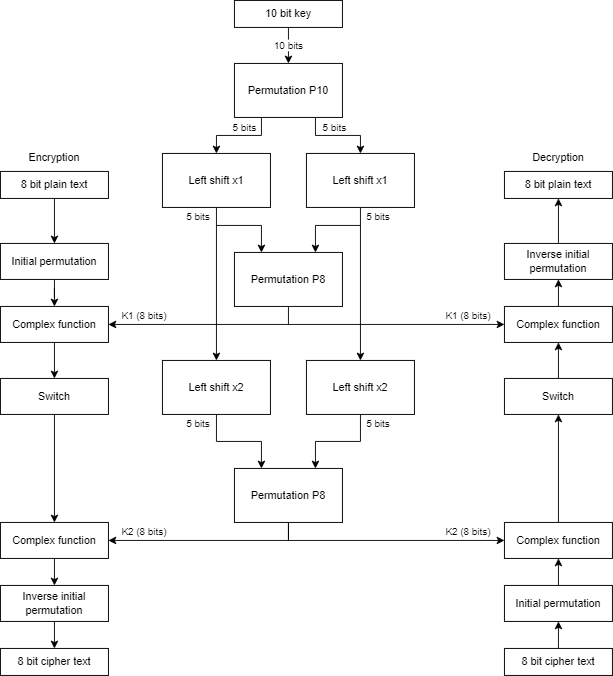
The draw.io diagram public/img/simpleDesPage/simpleDes_en.png in hejzlzd1/EducrypterUHK, before a commit. Source tidied: cells renumbered, new cells last; positions are measured from the earlier drawing's top-left corner, leaving out a move shared by most shapes.
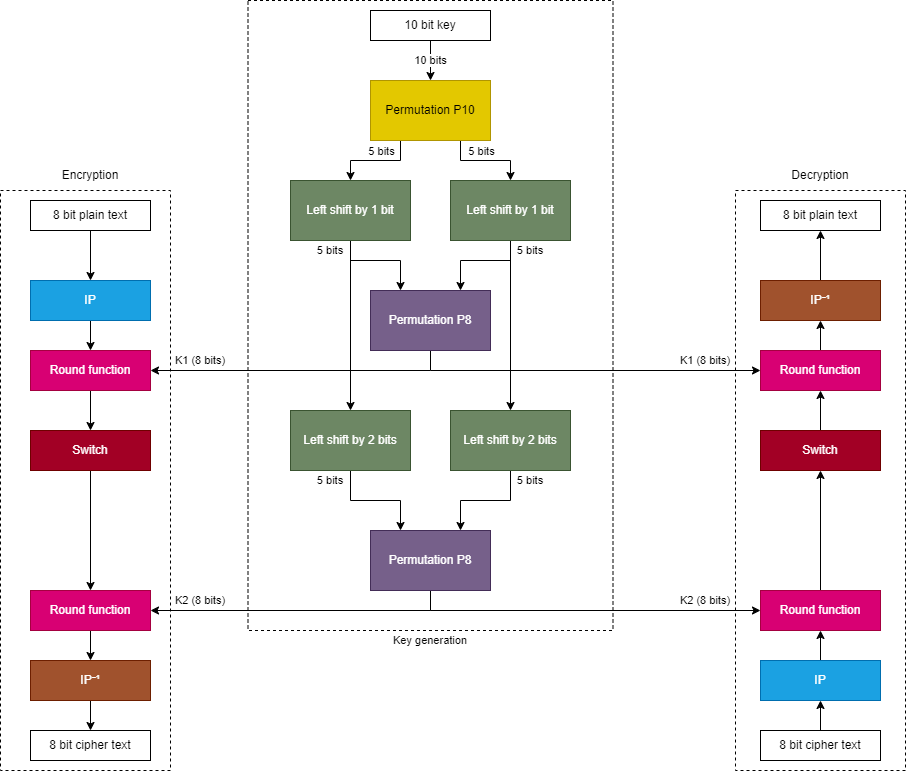
After the change.

What changed in the source:
```diff
@@ -2,23 +2,32 @@
   <root>
     <mxCell id="0" />
     <mxCell id="1" parent="0" />
+    <mxCell id="61" style="rounded=0;whiteSpace=wrap;html=1;fillColor=none;dashed=1;" parent="1" vertex="1">
+      <mxGeometry x="-110" y="180" width="170" height="580" as="geometry" />
+    </mxCell>
+    <mxCell id="62" style="rounded=0;whiteSpace=wrap;html=1;fillColor=none;dashed=1;" parent="1" vertex="1">
+      <mxGeometry x="625" y="180" width="170" height="580" as="geometry" />
+    </mxCell>
+    <mxCell id="63" style="rounded=0;whiteSpace=wrap;html=1;fillColor=none;dashed=1;" parent="1" vertex="1">
+      <mxGeometry x="137.5" y="-10" width="365" height="630" as="geometry" />
+    </mxCell>
     <mxCell id="2" style="edgeStyle=orthogonalEdgeStyle;rounded=0;jettySize=auto;html=1;" parent="1" edge="1" source="3" target="5">
       <mxGeometry relative="1" as="geometry" />
     </mxCell>
     <mxCell id="3" value="8 bit plain text" style="rounded=0;whiteSpace=wrap;html=1;" parent="1" vertex="1">
-      <mxGeometry y="190" width="120" height="30" as="geometry" />
+      <mxGeometry x="-80" y="190" width="120" height="30" as="geometry" />
     </mxCell>
     <mxCell id="4" style="edgeStyle=orthogonalEdgeStyle;rounded=0;jettySize=auto;html=1;" parent="1" edge="1" source="5" target="7">
       <mxGeometry relative="1" as="geometry" />
     </mxCell>
-    <mxCell id="5" value="Initial permutation" style="rounded=0;whiteSpace=wrap;html=1;" parent="1" vertex="1">
-      <mxGeometry y="270" width="120" height="40" as="geometry" />
+    <mxCell id="5" value="IP" style="rounded=0;whiteSpace=wrap;html=1;fillColor=#1ba1e2;fontColor=#ffffff;strokeColor=#006EAF;" parent="1" vertex="1">
+      <mxGeometry x="-80" y="270" width="120" height="40" as="geometry" />
     </mxCell>
     <mxCell id="6" style="edgeStyle=orthogonalEdgeStyle;rounded=0;jettySize=auto;html=1;exitX=0.5;exitY=1;exitDx=0;exitDy=0;entryX=0.5;entryY=0;entryDx=0;entryDy=0;" parent="1" edge="1" source="7" target="28">
       <mxGeometry relative="1" as="geometry" />
     </mxCell>
-    <mxCell id="7" value="Complex function" style="rounded=0;whiteSpace=wrap;html=1;" parent="1" vertex="1">
-      <mxGeometry y="340" width="120" height="40" as="geometry" />
+    <mxCell id="7" value="Round function" style="rounded=0;whiteSpace=wrap;html=1;fillColor=#d80073;fontColor=#ffffff;strokeColor=#A50040;" parent="1" vertex="1">
+      <mxGeometry x="-80" y="340" width="120" height="40" as="geometry" />
     </mxCell>
     <mxCell id="8" value="10 bits" style="edgeStyle=orthogonalEdgeStyle;rounded=0;jettySize=auto;html=1;" parent="1" edge="1" source="9" target="13">
       <mxGeometry relative="1" as="geometry" />
@@ -37,37 +46,37 @@
         <mxPoint x="9" y="-8" as="offset" />
       </mxGeometry>
     </mxCell>
-    <mxCell id="13" value="Permutation P10" style="rounded=0;whiteSpace=wrap;html=1;" parent="1" vertex="1">
+    <mxCell id="13" value="Permutation P10" style="rounded=0;whiteSpace=wrap;html=1;fillColor=#e3c800;fontColor=#000000;strokeColor=#B09500;" parent="1" vertex="1">
       <mxGeometry x="260" y="70" width="120" height="60" as="geometry" />
     </mxCell>
     <mxCell id="14" style="edgeStyle=orthogonalEdgeStyle;rounded=0;jettySize=auto;html=1;exitX=0.5;exitY=1;exitDx=0;exitDy=0;entryX=0.5;entryY=0;entryDx=0;entryDy=0;" parent="1" edge="1" source="15" target="21">
       <mxGeometry relative="1" as="geometry" />
     </mxCell>
-    <mxCell id="15" value="Left shift x1" style="rounded=0;whiteSpace=wrap;html=1;" parent="1" vertex="1">
+    <mxCell id="15" value="Left shift by 1 bit" style="rounded=0;whiteSpace=wrap;html=1;fillColor=#6d8764;fontColor=#ffffff;strokeColor=#3A5431;" parent="1" vertex="1">
       <mxGeometry x="180" y="170" width="120" height="60" as="geometry" />
     </mxCell>
     <mxCell id="16" style="edgeStyle=orthogonalEdgeStyle;rounded=0;jettySize=auto;html=1;exitX=0.5;exitY=1;exitDx=0;exitDy=0;entryX=0.5;entryY=0;entryDx=0;entryDy=0;" parent="1" edge="1" source="17" target="23">
       <mxGeometry relative="1" as="geometry" />
     </mxCell>
-    <mxCell id="17" value="Left shift x1" style="rounded=0;whiteSpace=wrap;html=1;" parent="1" vertex="1">
+    <mxCell id="17" value="Left shift by 1 bit" style="rounded=0;whiteSpace=wrap;html=1;fillColor=#6d8764;fontColor=#ffffff;strokeColor=#3A5431;" parent="1" vertex="1">
       <mxGeometry x="340" y="170" width="120" height="60" as="geometry" />
     </mxCell>
     <mxCell id="18" style="edgeStyle=orthogonalEdgeStyle;rounded=0;jettySize=auto;html=1;exitX=0.5;exitY=1;exitDx=0;exitDy=0;entryX=1;entryY=0.5;entryDx=0;entryDy=0;" parent="1" edge="1" source="19" target="7">
       <mxGeometry relative="1" as="geometry" />
     </mxCell>
-    <mxCell id="19" value="Permutation P8" style="rounded=0;whiteSpace=wrap;html=1;" parent="1" vertex="1">
+    <mxCell id="19" value="Permutation P8" style="rounded=0;whiteSpace=wrap;html=1;fillColor=#76608a;fontColor=#ffffff;strokeColor=#432D57;" parent="1" vertex="1">
       <mxGeometry x="260" y="280" width="120" height="60" as="geometry" />
     </mxCell>
     <mxCell id="20" style="edgeStyle=orthogonalEdgeStyle;rounded=0;jettySize=auto;html=1;exitX=0.5;exitY=1;exitDx=0;exitDy=0;entryX=0.25;entryY=0;entryDx=0;entryDy=0;" parent="1" edge="1" source="21" target="26">
       <mxGeometry relative="1" as="geometry" />
     </mxCell>
-    <mxCell id="21" value="Left shift x2" style="rounded=0;whiteSpace=wrap;html=1;" parent="1" vertex="1">
+    <mxCell id="21" value="Left shift by 2 bits" style="rounded=0;whiteSpace=wrap;html=1;fillColor=#6d8764;fontColor=#ffffff;strokeColor=#3A5431;" parent="1" vertex="1">
       <mxGeometry x="180" y="400" width="120" height="60" as="geometry" />
     </mxCell>
     <mxCell id="22" style="edgeStyle=orthogonalEdgeStyle;rounded=0;jettySize=auto;html=1;exitX=0.5;exitY=1;exitDx=0;exitDy=0;entryX=0.75;entryY=0;entryDx=0;entryDy=0;" parent="1" edge="1" source="23" target="26">
       <mxGeometry relative="1" as="geometry" />
     </mxCell>
-    <mxCell id="23" value="Left shift x2" style="rounded=0;whiteSpace=wrap;html=1;" parent="1" vertex="1">
+    <mxCell id="23" value="Left shift by 2 bits" style="rounded=0;whiteSpace=wrap;html=1;fillColor=#6d8764;fontColor=#ffffff;strokeColor=#3A5431;" parent="1" vertex="1">
       <mxGeometry x="340" y="400" width="120" height="60" as="geometry" />
     </mxCell>
     <mxCell id="24" style="edgeStyle=orthogonalEdgeStyle;rounded=0;jettySize=auto;html=1;exitX=0.5;exitY=1;exitDx=0;exitDy=0;entryX=1;entryY=0.5;entryDx=0;entryDy=0;" parent="1" edge="1" source="26" target="30">
@@ -76,29 +85,29 @@
     <mxCell id="25" style="edgeStyle=orthogonalEdgeStyle;rounded=0;jettySize=auto;html=1;exitX=0.5;exitY=1;exitDx=0;exitDy=0;entryX=0;entryY=0.5;entryDx=0;entryDy=0;" parent="1" edge="1" source="26" target="46">
       <mxGeometry relative="1" as="geometry" />
     </mxCell>
-    <mxCell id="26" value="Permutation P8" style="rounded=0;whiteSpace=wrap;html=1;" parent="1" vertex="1">
+    <mxCell id="26" value="Permutation P8" style="rounded=0;whiteSpace=wrap;html=1;fillColor=#76608a;fontColor=#ffffff;strokeColor=#432D57;" parent="1" vertex="1">
       <mxGeometry x="260" y="520" width="120" height="60" as="geometry" />
     </mxCell>
     <mxCell id="27" style="edgeStyle=orthogonalEdgeStyle;rounded=0;jettySize=auto;html=1;exitX=0.5;exitY=1;exitDx=0;exitDy=0;entryX=0.5;entryY=0;entryDx=0;entryDy=0;" parent="1" edge="1" source="28" target="30">
       <mxGeometry relative="1" as="geometry" />
     </mxCell>
-    <mxCell id="28" value="Switch" style="rounded=0;whiteSpace=wrap;html=1;" parent="1" vertex="1">
-      <mxGeometry y="420" width="120" height="40" as="geometry" />
+    <mxCell id="28" value="Switch" style="rounded=0;whiteSpace=wrap;html=1;fillColor=#a20025;fontColor=#ffffff;strokeColor=#6F0000;" parent="1" vertex="1">
+      <mxGeometry x="-80" y="420" width="120" height="40" as="geometry" />
     </mxCell>
     <mxCell id="29" style="edgeStyle=orthogonalEdgeStyle;rounded=0;jettySize=auto;html=1;exitX=0.5;exitY=1;exitDx=0;exitDy=0;entryX=0.5;entryY=0;entryDx=0;entryDy=0;" parent="1" edge="1" source="30" target="32">
       <mxGeometry relative="1" as="geometry" />
     </mxCell>
-    <mxCell id="30" value="Complex function" style="rounded=0;whiteSpace=wrap;html=1;" parent="1" vertex="1">
-      <mxGeometry y="580" width="120" height="40" as="geometry" />
+    <mxCell id="30" value="Round function" style="rounded=0;whiteSpace=wrap;html=1;fillColor=#d80073;fontColor=#ffffff;strokeColor=#A50040;" parent="1" vertex="1">
+      <mxGeometry x="-80" y="580" width="120" height="40" as="geometry" />
     </mxCell>
     <mxCell id="31" style="edgeStyle=orthogonalEdgeStyle;rounded=0;jettySize=auto;html=1;exitX=0.5;exitY=1;exitDx=0;exitDy=0;entryX=0.5;entryY=0;entryDx=0;entryDy=0;" parent="1" edge="1" source="32" target="33">
       <mxGeometry relative="1" as="geometry" />
     </mxCell>
-    <mxCell id="32" value="Inverse initial permutation" style="rounded=0;whiteSpace=wrap;html=1;" parent="1" vertex="1">
-      <mxGeometry y="650" width="120" height="40" as="geometry" />
+    <mxCell id="32" value="IP⁻¹" style="rounded=0;whiteSpace=wrap;html=1;fillColor=#a0522d;fontColor=#ffffff;strokeColor=#6D1F00;" parent="1" vertex="1">
+      <mxGeometry x="-80" y="650" width="120" height="40" as="geometry" />
     </mxCell>
     <mxCell id="33" value="8 bit cipher text" style="rounded=0;whiteSpace=wrap;html=1;" parent="1" vertex="1">
-      <mxGeometry y="720" width="120" height="30" as="geometry" />
+      <mxGeometry x="-80" y="720" width="120" height="30" as="geometry" />
     </mxCell>
     <mxCell id="34" value="5 bits" style="edgeLabel;html=1;align=center;verticalAlign=middle;" parent="1" vertex="1">
       <mxGeometry x="270" y="140" as="geometry" />
@@ -125,46 +134,46 @@
       </mxGeometry>
     </mxCell>
     <mxCell id="38" value="8 bit plain text" style="rounded=0;whiteSpace=wrap;html=1;" parent="1" vertex="1">
-      <mxGeometry x="560" y="190" width="120" height="30" as="geometry" />
+      <mxGeometry x="650" y="190" width="120" height="30" as="geometry" />
     </mxCell>
     <mxCell id="39" style="edgeStyle=orthogonalEdgeStyle;rounded=0;jettySize=auto;html=1;exitX=0.5;exitY=0;exitDx=0;exitDy=0;entryX=0.5;entryY=1;entryDx=0;entryDy=0;" parent="1" edge="1" source="40" target="38">
       <mxGeometry relative="1" as="geometry" />
     </mxCell>
-    <mxCell id="40" value="Inverse initial permutation" style="rounded=0;whiteSpace=wrap;html=1;" parent="1" vertex="1">
-      <mxGeometry x="560" y="270" width="120" height="40" as="geometry" />
+    <mxCell id="40" value="IP⁻¹" style="rounded=0;whiteSpace=wrap;html=1;fillColor=#a0522d;fontColor=#ffffff;strokeColor=#6D1F00;" parent="1" vertex="1">
+      <mxGeometry x="650" y="270" width="120" height="40" as="geometry" />
     </mxCell>
     <mxCell id="41" style="edgeStyle=orthogonalEdgeStyle;rounded=0;jettySize=auto;html=1;exitX=0.5;exitY=0;exitDx=0;exitDy=0;entryX=0.5;entryY=1;entryDx=0;entryDy=0;" parent="1" edge="1" source="42" target="40">
       <mxGeometry relative="1" as="geometry" />
     </mxCell>
-    <mxCell id="42" value="Complex function" style="rounded=0;whiteSpace=wrap;html=1;" parent="1" vertex="1">
-      <mxGeometry x="560" y="340" width="120" height="40" as="geometry" />
+    <mxCell id="42" value="Round function" style="rounded=0;whiteSpace=wrap;html=1;fillColor=#d80073;fontColor=#ffffff;strokeColor=#A50040;" parent="1" vertex="1">
+      <mxGeometry x="650" y="340" width="120" height="40" as="geometry" />
     </mxCell>
     <mxCell id="43" style="edgeStyle=orthogonalEdgeStyle;rounded=0;jettySize=auto;html=1;exitX=0.5;exitY=0;exitDx=0;exitDy=0;entryX=0.5;entryY=1;entryDx=0;entryDy=0;" parent="1" edge="1" source="44" target="42">
       <mxGeometry relative="1" as="geometry" />
     </mxCell>
-    <mxCell id="44" value="Switch" style="rounded=0;whiteSpace=wrap;html=1;" parent="1" vertex="1">
-      <mxGeometry x="560" y="420" width="120" height="40" as="geometry" />
+    <mxCell id="44" value="Switch" style="rounded=0;whiteSpace=wrap;html=1;fillColor=#a20025;fontColor=#ffffff;strokeColor=#6F0000;" parent="1" vertex="1">
+      <mxGeometry x="650" y="420" width="120" height="40" as="geometry" />
     </mxCell>
     <mxCell id="45" style="edgeStyle=orthogonalEdgeStyle;rounded=0;jettySize=auto;html=1;exitX=0.5;exitY=0;exitDx=0;exitDy=0;entryX=0.5;entryY=1;entryDx=0;entryDy=0;" parent="1" edge="1" source="46" target="44">
       <mxGeometry relative="1" as="geometry" />
     </mxCell>
-    <mxCell id="46" value="Complex function" style="rounded=0;whiteSpace=wrap;html=1;" parent="1" vertex="1">
-      <mxGeometry x="560" y="580" width="120" height="40" as="geometry" />
+    <mxCell id="46" value="Round function" style="rounded=0;whiteSpace=wrap;html=1;fillColor=#d80073;fontColor=#ffffff;strokeColor=#A50040;" parent="1" vertex="1">
+      <mxGeometry x="650" y="580" width="120" height="40" as="geometry" />
     </mxCell>
     <mxCell id="47" style="edgeStyle=orthogonalEdgeStyle;rounded=0;jettySize=auto;html=1;exitX=0.5;exitY=0;exitDx=0;exitDy=0;entryX=0.5;entryY=1;entryDx=0;entryDy=0;" parent="1" edge="1" source="48" target="46">
       <mxGeometry relative="1" as="geometry" />
     </mxCell>
-    <mxCell id="48" value="Initial permutation" style="rounded=0;whiteSpace=wrap;html=1;" parent="1" vertex="1">
-      <mxGeometry x="560" y="650" width="120" height="40" as="geometry" />
+    <mxCell id="48" value="IP" style="rounded=0;whiteSpace=wrap;html=1;fillColor=#1ba1e2;fontColor=#ffffff;strokeColor=#006EAF;" parent="1" vertex="1">
+      <mxGeometry x="650" y="650" width="120" height="40" as="geometry" />
     </mxCell>
     <mxCell id="49" style="edgeStyle=orthogonalEdgeStyle;rounded=0;jettySize=auto;html=1;exitX=0.5;exitY=0;exitDx=0;exitDy=0;entryX=0.5;entryY=1;entryDx=0;entryDy=0;" parent="1" edge="1" source="50" target="48">
       <mxGeometry relative="1" as="geometry" />
     </mxCell>
     <mxCell id="50" value="8 bit cipher text" style="rounded=0;whiteSpace=wrap;html=1;" parent="1" vertex="1">
-      <mxGeometry x="560" y="720" width="120" height="30" as="geometry" />
+      <mxGeometry x="650" y="720" width="120" height="30" as="geometry" />
     </mxCell>
     <mxCell id="51" value="&lt;font style=&quot;font-size: 11px;&quot;&gt;K1 (8 bits)&lt;/font&gt;" style="text;html=1;strokeColor=none;fillColor=none;align=center;verticalAlign=middle;whiteSpace=wrap;rounded=0;" parent="1" vertex="1">
-      <mxGeometry x="130" y="340" width="60" height="20" as="geometry" />
+      <mxGeometry x="60" y="340" width="60" height="20" as="geometry" />
     </mxCell>
     <mxCell id="52" value="&lt;font style=&quot;font-size: 11px;&quot;&gt;5 bits&lt;/font&gt;" style="text;html=1;strokeColor=none;fillColor=none;align=center;verticalAlign=middle;whiteSpace=wrap;rounded=0;" parent="1" vertex="1">
       <mxGeometry x="200" y="230" width="40" height="20" as="geometry" />
@@ -173,13 +182,13 @@
       <mxGeometry x="400" y="230" width="40" height="20" as="geometry" />
     </mxCell>
     <mxCell id="54" value="&lt;font style=&quot;font-size: 11px;&quot;&gt;K1 (8 bits)&lt;/font&gt;" style="text;html=1;strokeColor=none;fillColor=none;align=center;verticalAlign=middle;whiteSpace=wrap;rounded=0;" parent="1" vertex="1">
-      <mxGeometry x="490" y="340" width="60" height="20" as="geometry" />
+      <mxGeometry x="565" y="340" width="60" height="20" as="geometry" />
     </mxCell>
     <mxCell id="55" value="&lt;font style=&quot;font-size: 11px;&quot;&gt;K2 (8 bits)&lt;/font&gt;" style="text;html=1;strokeColor=none;fillColor=none;align=center;verticalAlign=middle;whiteSpace=wrap;rounded=0;" parent="1" vertex="1">
-      <mxGeometry x="130" y="580" width="60" height="20" as="geometry" />
+      <mxGeometry x="60" y="580" width="60" height="20" as="geometry" />
     </mxCell>
     <mxCell id="56" value="&lt;font style=&quot;font-size: 11px;&quot;&gt;K2 (8 bits)&lt;/font&gt;" style="text;html=1;strokeColor=none;fillColor=none;align=center;verticalAlign=middle;whiteSpace=wrap;rounded=0;" parent="1" vertex="1">
-      <mxGeometry x="490" y="580" width="60" height="20" as="geometry" />
+      <mxGeometry x="565" y="580" width="60" height="20" as="geometry" />
     </mxCell>
     <mxCell id="57" value="&lt;font style=&quot;font-size: 11px;&quot;&gt;5 bits&lt;/font&gt;" style="text;html=1;strokeColor=none;fillColor=none;align=center;verticalAlign=middle;whiteSpace=wrap;rounded=0;" parent="1" vertex="1">
       <mxGeometry x="400" y="460" width="40" height="20" as="geometry" />
@@ -188,10 +197,13 @@
       <mxGeometry x="200" y="460" width="40" height="20" as="geometry" />
     </mxCell>
     <mxCell id="59" value="Encryption" style="text;html=1;strokeColor=none;fillColor=none;align=center;verticalAlign=middle;whiteSpace=wrap;rounded=0;" parent="1" vertex="1">
-      <mxGeometry x="30" y="160" width="60" height="30" as="geometry" />
+      <mxGeometry x="-50" y="150" width="60" height="30" as="geometry" />
     </mxCell>
     <mxCell id="60" value="Decryption" style="text;html=1;strokeColor=none;fillColor=none;align=center;verticalAlign=middle;whiteSpace=wrap;rounded=0;" parent="1" vertex="1">
-      <mxGeometry x="590" y="160" width="60" height="30" as="geometry" />
+      <mxGeometry x="680" y="150" width="60" height="30" as="geometry" />
     </mxCell>
+    <mxCell id="64" value="&lt;font style=&quot;font-size: 11px;&quot;&gt;Key generation&lt;/font&gt;" style="text;html=1;strokeColor=none;fillColor=none;align=center;verticalAlign=middle;whiteSpace=wrap;rounded=0;" parent="1" vertex="1">
+      <mxGeometry x="265" y="620" width="110" height="20" as="geometry" />
+    </mxCell>
   </root>
 </mxGraphModel>
```
